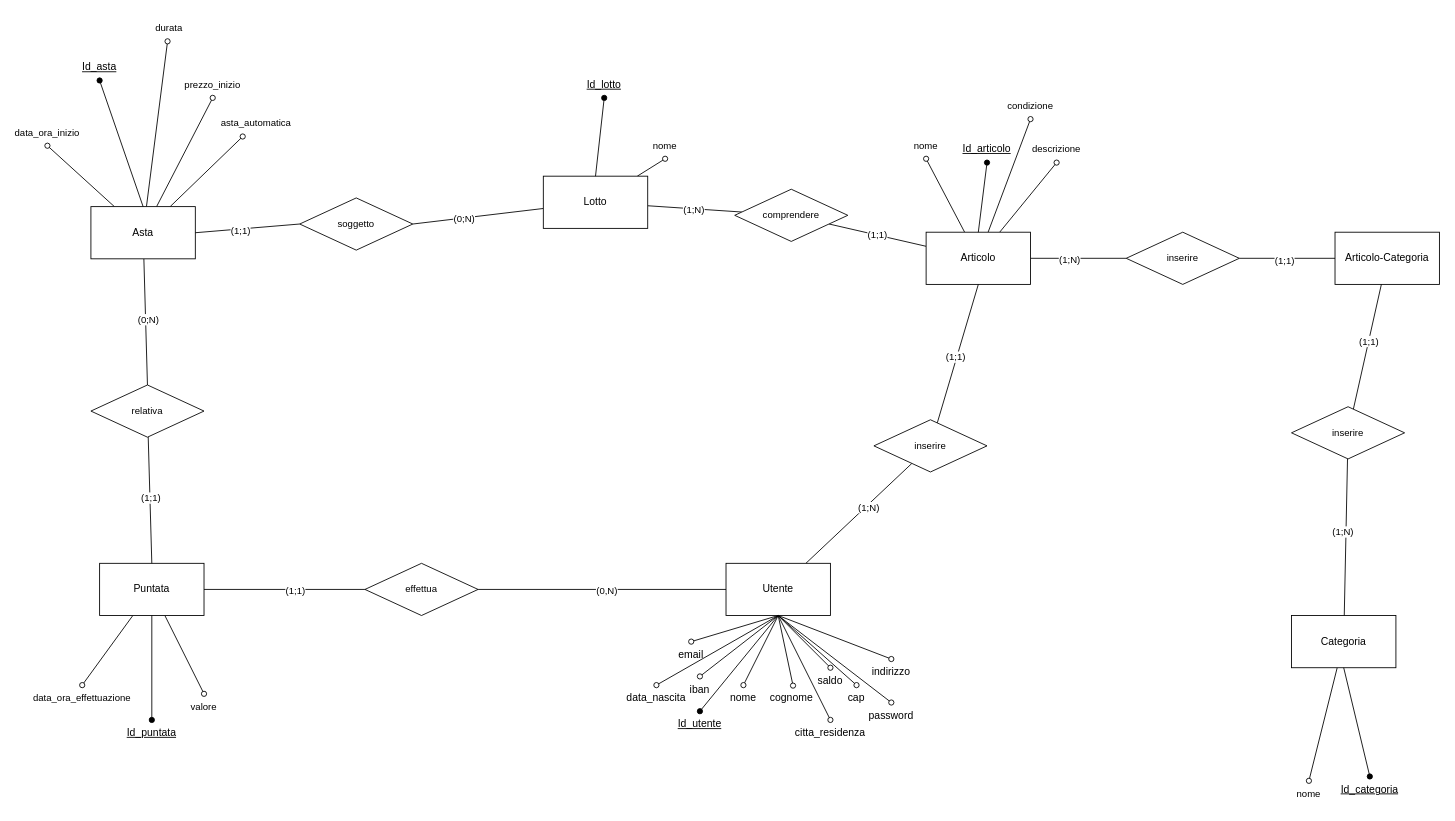
Earlier version of the draw.io diagram documenti/Schema_ER.drawio (Chaos-Rat/GAO). Source tidied: cells renumbered, new cells numbered last; positions are measured from the earlier drawing's top-left corner, leaving out a move shared by most shapes. Both pictures are drawn from the tidied source at 87%, with x=0, y=0 at pixel (21, 15).
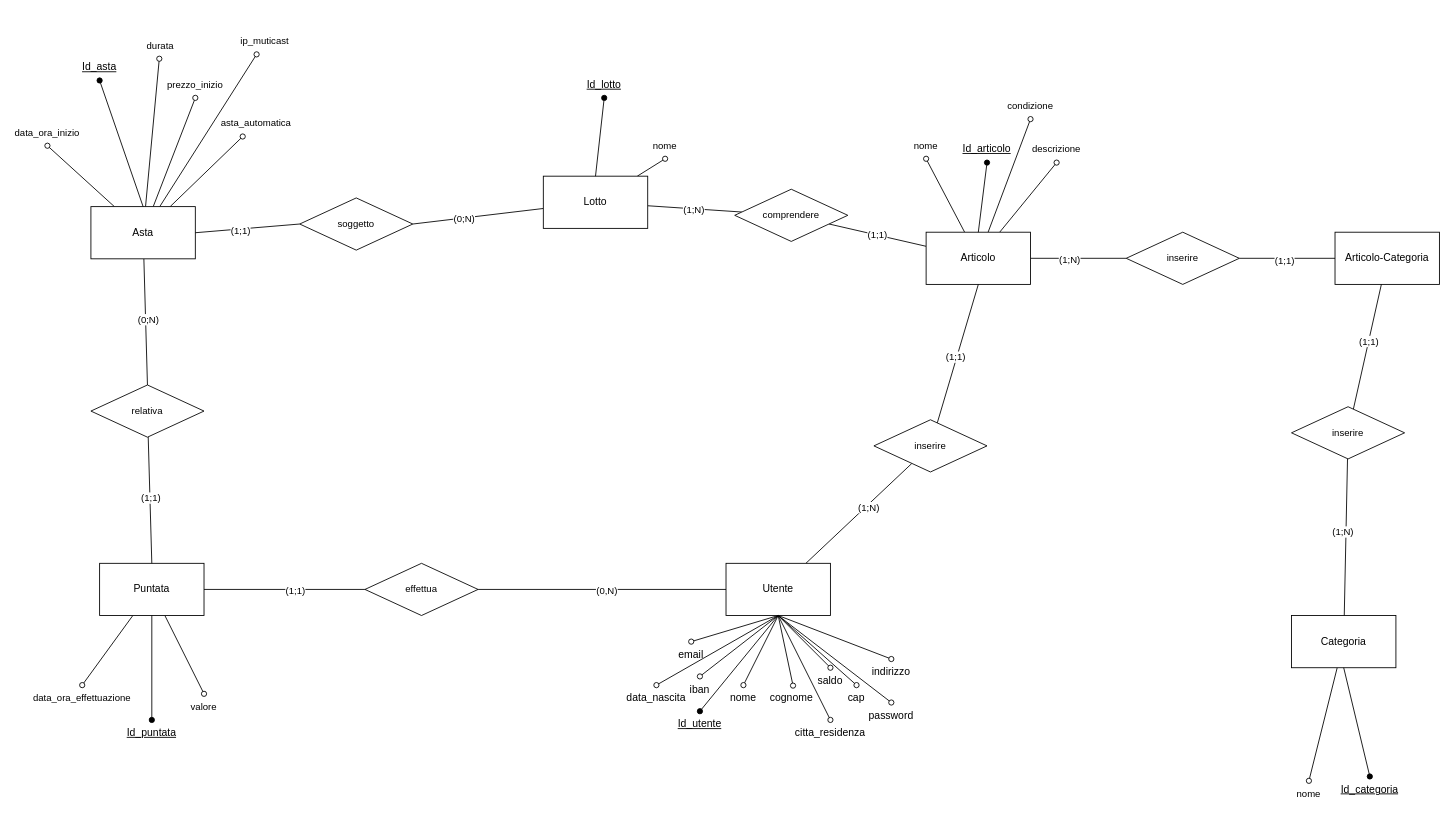
The same diagram, later.

The change refers to these unchanged cells:
```xml
<mxCell id="31" value="Asta" style="rounded=0;whiteSpace=wrap;html=1;" parent="1" vertex="1">
  <mxGeometry x="80" y="220" width="120" height="60" as="geometry" />
</mxCell>
```

Change to the diagram source:
```diff
@@
+    <mxCell id="98" style="edgeStyle=none;rounded=0;jettySize=auto;html=1;strokeColor=default;align=center;verticalAlign=middle;fontFamily=Helvetica;fontSize=11;fontColor=default;labelBackgroundColor=default;endArrow=oval;endFill=0;" parent="1" edge="1" source="31" target="99">
+      <mxGeometry relative="1" as="geometry" />
+    </mxCell>
@@
     <mxCell id="70" value="prezzo_inizio" style="text;html=1;align=center;verticalAlign=middle;whiteSpace=wrap;rounded=0;fontFamily=Helvetica;fontSize=11;fontColor=default;labelBackgroundColor=default;" parent="1" vertex="1">
-      <mxGeometry x="190" y="65" width="60" height="30" as="geometry" />
+      <mxGeometry x="170" y="65" width="60" height="30" as="geometry" />
     </mxCell>
@@
     <mxCell id="96" value="durata" style="text;html=1;align=center;verticalAlign=middle;whiteSpace=wrap;rounded=0;fontFamily=Helvetica;fontSize=11;fontColor=default;labelBackgroundColor=default;" parent="1" vertex="1">
-      <mxGeometry x="140" width="60" height="30" as="geometry" />
+      <mxGeometry x="130" y="20" width="60" height="30" as="geometry" />
     </mxCell>
@@
+    <mxCell id="99" value="ip_muticast" style="text;html=1;align=center;verticalAlign=middle;whiteSpace=wrap;rounded=0;fontFamily=Helvetica;fontSize=11;fontColor=default;labelBackgroundColor=default;" parent="1" vertex="1">
+      <mxGeometry x="250" y="15" width="60" height="30" as="geometry" />
+    </mxCell>
```
